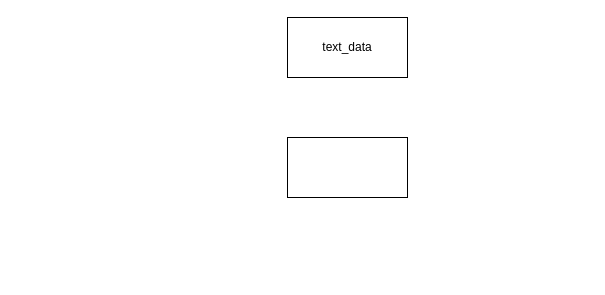
Earlier version of the draw.io diagram 表格流程图.drawio (archwolf118/AI). Source tidied: cells renumbered, new cells numbered last; positions are measured from the earlier drawing's top-left corner, leaving out a move shared by most shapes. Both pictures are drawn from the tidied source at 100%, with x=0, y=0 at pixel (287, 17).
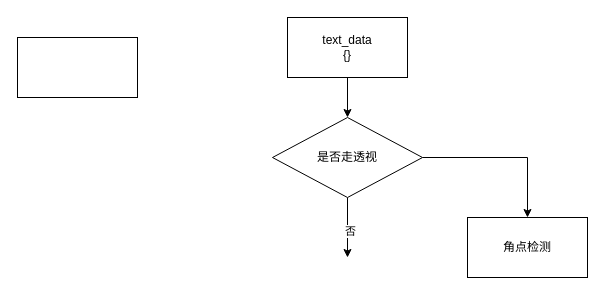
After the change.

Commit message (it also covers changes not shown here):
更新表格流程图.drawio

The edit, as a diff of the source:
```diff
@@
 <mxGraphModel>
   <root>
     <mxCell id="0" />
     <mxCell id="1" parent="0" />
+    <mxCell id="4" style="edgeStyle=orthogonalEdgeStyle;rounded=0;jettySize=auto;html=1;exitX=0.5;exitY=1;exitDx=0;exitDy=0;entryX=0.5;entryY=0;entryDx=0;entryDy=0;" parent="1" edge="1" source="2" target="8">
+      <mxGeometry relative="1" as="geometry" />
+    </mxCell>
-    <mxCell id="2" value="text_data" style="rounded=0;whiteSpace=wrap;html=1;" parent="1" vertex="1">
+    <mxCell id="2" value="text_data&lt;br&gt;{}" style="rounded=0;whiteSpace=wrap;html=1;" parent="1" vertex="1">
       <mxGeometry width="120" height="60" as="geometry" />
     </mxCell>
     <mxCell id="3" style="rounded=0;whiteSpace=wrap;html=1;" parent="1" vertex="1">
-      <mxGeometry y="120" width="120" height="60" as="geometry" />
+      <mxGeometry x="-270" y="20" width="120" height="60" as="geometry" />
     </mxCell>
+    <mxCell id="5" style="edgeStyle=orthogonalEdgeStyle;rounded=0;jettySize=auto;html=1;exitX=0.5;exitY=1;exitDx=0;exitDy=0;" parent="1" edge="1" source="8">
+      <mxGeometry relative="1" as="geometry">
+        <mxPoint x="60" y="240" as="targetPoint" />
+      </mxGeometry>
+    </mxCell>
+    <mxCell id="6" value="否" style="edgeLabel;html=1;align=center;verticalAlign=middle;" parent="5" vertex="1">
+      <mxGeometry x="0.13" y="2" relative="1" as="geometry" />
+    </mxCell>
+    <mxCell id="7" style="edgeStyle=orthogonalEdgeStyle;rounded=0;jettySize=auto;html=1;exitX=1;exitY=0.5;exitDx=0;exitDy=0;entryX=0.5;entryY=0;entryDx=0;entryDy=0;" parent="1" edge="1" source="8" target="9">
+      <mxGeometry relative="1" as="geometry" />
+    </mxCell>
+    <mxCell id="8" value="是否走透视" style="rhombus;whiteSpace=wrap;html=1;" parent="1" vertex="1">
+      <mxGeometry x="-15" y="100" width="150" height="80" as="geometry" />
+    </mxCell>
+    <mxCell id="9" value="角点检测" style="rounded=0;whiteSpace=wrap;html=1;" parent="1" vertex="1">
+      <mxGeometry x="180" y="200" width="120" height="60" as="geometry" />
+    </mxCell>
   </root>
 </mxGraphModel>
```
